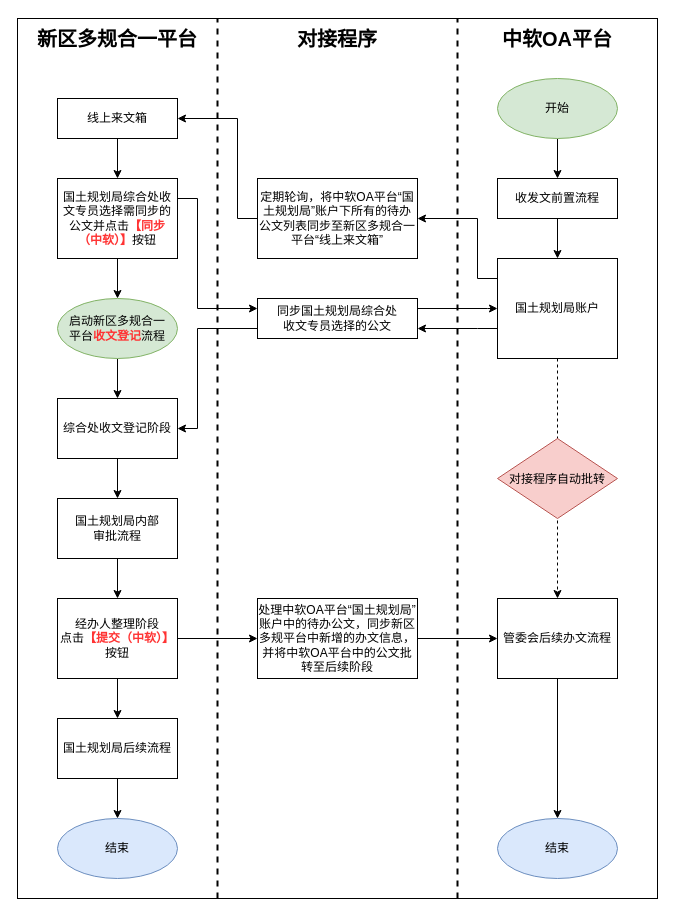
Above: page "公文模块对接1" (2 of 6) of 中软对接.drawio in 806100963/draw.io (draw.io), before the change. Source tidied: cells renumbered, new cells numbered last; positions are measured from the earlier drawing's top-left corner, leaving out a move shared by most shapes. Both pictures are drawn from the tidied source at 100%, with x=0, y=0 at pixel (17, 18).
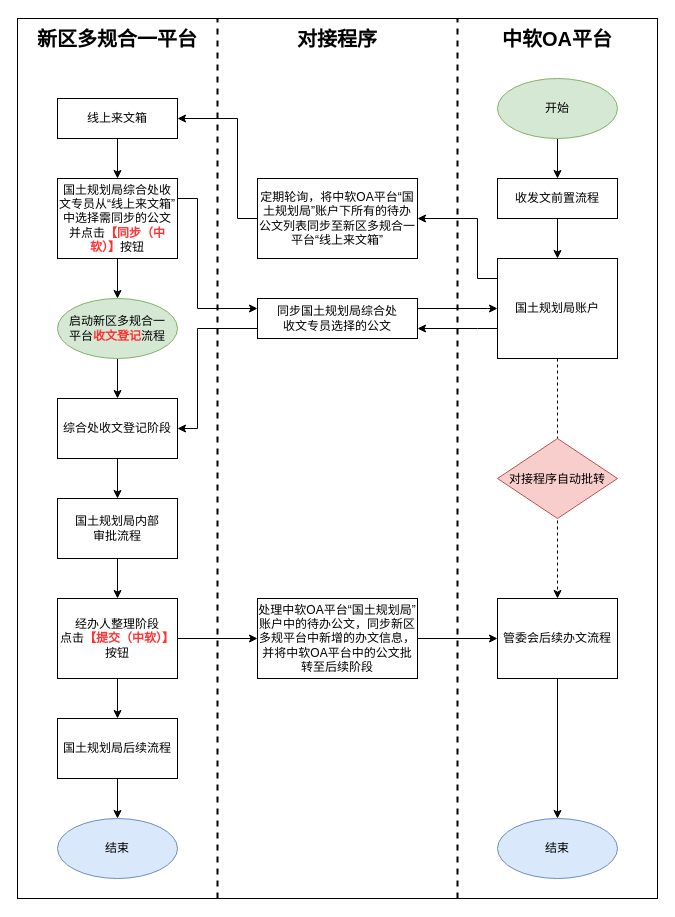
The same diagram, later.

The edit, as a diff of the source:
```diff
@@
-    <mxCell id="17" value="国土规划局综合处收文专员选择需同步的公文并点击&lt;font color=&quot;#ff3333&quot;&gt;&lt;b&gt;【同步（中软）】&lt;/b&gt;&lt;/font&gt;按钮" style="rounded=0;whiteSpace=wrap;html=1;" parent="1" vertex="1">
+    <mxCell id="17" value="国土规划局综合处收文专员从“线上来文箱”中选择需同步的公文并点击&lt;font color=&quot;#ff3333&quot;&gt;&lt;b&gt;【同步（中软）】&lt;/b&gt;&lt;/font&gt;按钮" style="rounded=0;whiteSpace=wrap;html=1;" parent="1" vertex="1">
       <mxGeometry x="40" y="160" width="120" height="80" as="geometry" />
     </mxCell>
```
